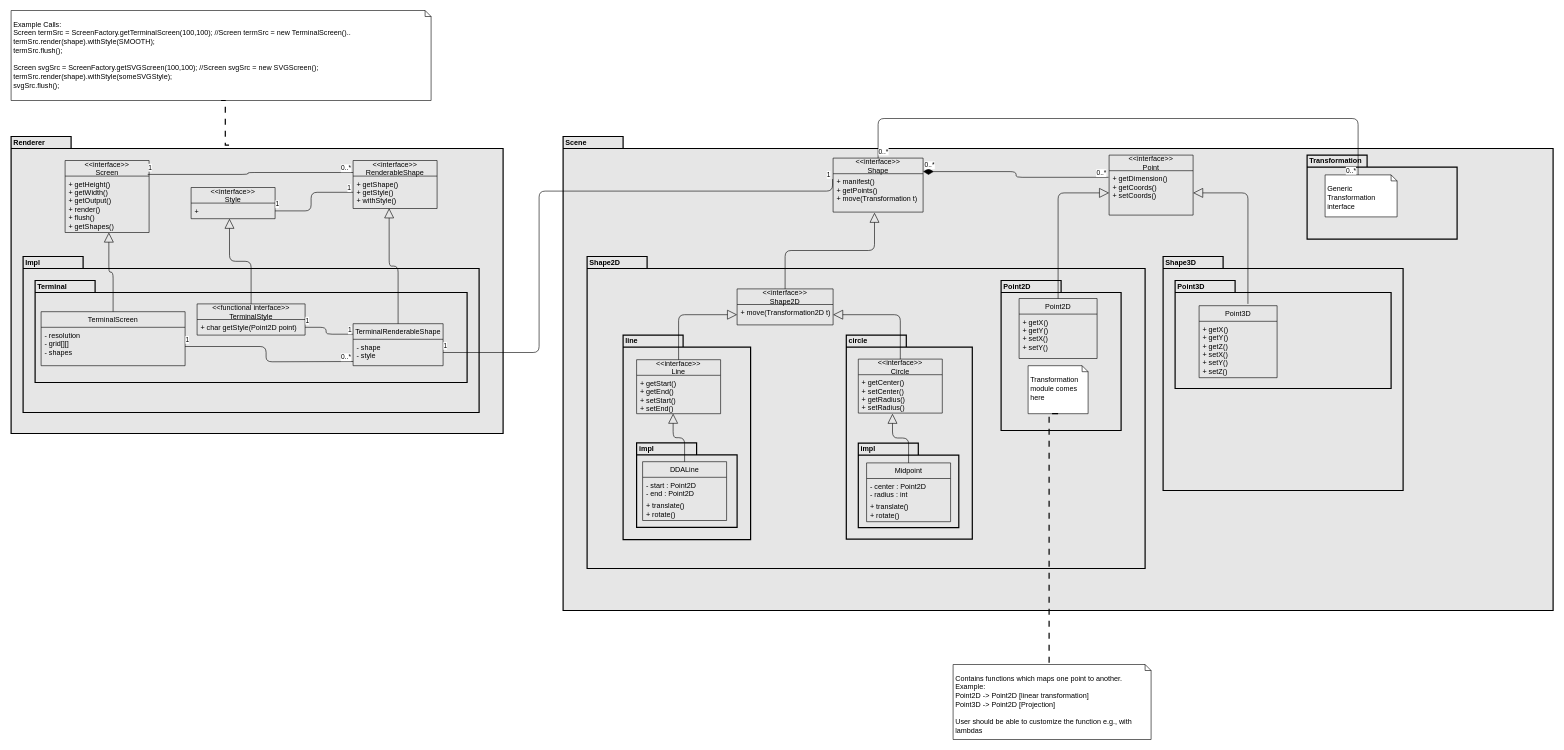
Before: page "Screen Incorporated Class" (2 of 2) of architecture/class/class.drawio in SuvabrataChowdhury/TGraph, a draw.io diagram. Source tidied: cells renumbered, new cells numbered last; positions are measured from the earlier drawing's top-left corner, leaving out a move shared by most shapes. Both pictures are drawn from the tidied source at 60%, with x=0, y=0 at pixel (11, 10).
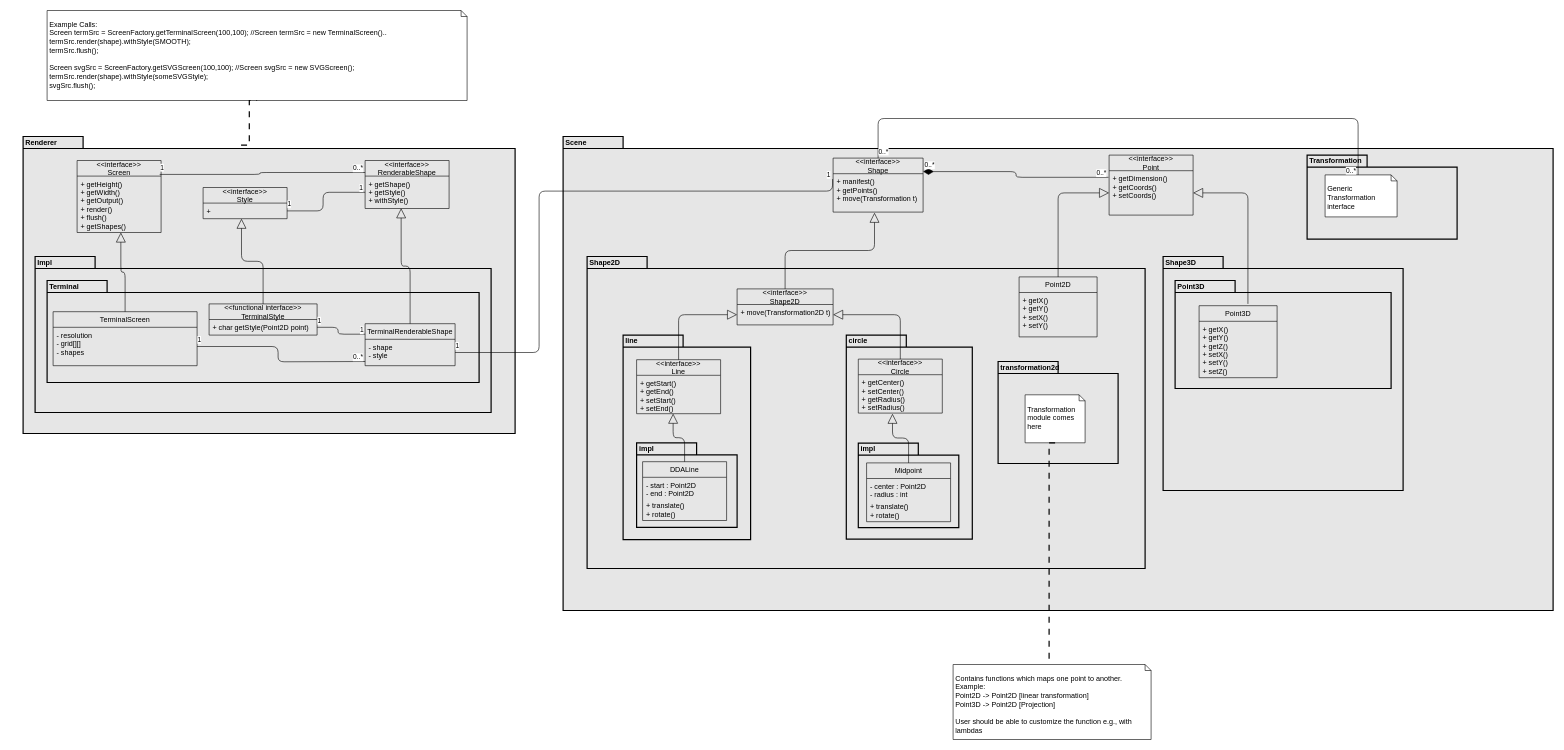
The same page after the edit.

The change refers to these unchanged cells:
```xml
<mxCell id="33" value="Shape2D" style="shape=folder;fontStyle=1;align=left;spacingLeft=2;boundedLbl=1;labelInHeader=1;tabWidth=100;tabHeight=20;tabPosition=left;html=1;fontSize=12;fillColor=#E6E6E6;strokeWidth=2;" parent="32" vertex="1">
  <mxGeometry x="40" y="200" width="930" height="520" as="geometry" />
</mxCell>
```

Change to the diagram source:
```diff
@@
     <mxCell id="2" value="Renderer" style="shape=folder;fontStyle=1;align=left;spacingLeft=2;boundedLbl=1;labelInHeader=1;tabWidth=100;tabHeight=20;tabPosition=left;html=1;fontSize=12;fillColor=#E6E6E6;strokeWidth=2;" parent="1" vertex="1">
-      <mxGeometry y="210" width="820" height="495" as="geometry" />
+      <mxGeometry x="20" y="210" width="820" height="495" as="geometry" />
     </mxCell>
@@
-    <mxCell id="54" value="Point2D" style="shape=folder;fontStyle=1;align=left;spacingLeft=2;boundedLbl=1;labelInHeader=1;tabWidth=100;tabHeight=20;tabPosition=left;html=1;fontSize=12;fillColor=#E6E6E6;strokeWidth=2;" parent="33" vertex="1">
-      <mxGeometry x="690" y="40" width="200" height="250" as="geometry" />
+    <mxCell id="54" value="transformation2d" style="shape=folder;fontStyle=1;align=left;spacingLeft=2;boundedLbl=1;labelInHeader=1;tabWidth=100;tabHeight=20;tabPosition=left;html=1;fontSize=12;fillColor=#E6E6E6;strokeWidth=2;" parent="33" vertex="1">
+      <mxGeometry x="685" y="175" width="200" height="170" as="geometry" />
     </mxCell>
+    <mxCell id="57" value="Transformation module comes here" style="shape=note2;boundedLbl=1;whiteSpace=wrap;html=1;size=10;spacingLeft=2;verticalAlign=top;align=left;fillColor=#FFFFFF;" parent="54" vertex="1">
+      <mxGeometry x="45" y="55.5" width="100" height="80" as="geometry" />
+    </mxCell>
-    <mxCell id="55" value="Point2D" style="swimlane;fontStyle=0;horizontal=1;startSize=26;fillColor=none;" parent="54" vertex="1">
-      <mxGeometry x="30" y="30" width="130" height="100" as="geometry" />
+    <mxCell id="55" value="Point2D" style="swimlane;fontStyle=0;horizontal=1;startSize=26;fillColor=none;" parent="33" vertex="1">
+      <mxGeometry x="720" y="34" width="130" height="100" as="geometry" />
     </mxCell>
@@
-    <mxCell id="57" value="Transformation module comes here" style="shape=note2;boundedLbl=1;whiteSpace=wrap;html=1;size=10;spacingLeft=2;verticalAlign=top;align=left;fillColor=#FFFFFF;" parent="54" vertex="1">
-      <mxGeometry x="45" y="142" width="100" height="80" as="geometry" />
-    </mxCell>
@@
     <mxCell id="81" value="Example Calls:&lt;div&gt;Screen termSrc = ScreenFactory.getTerminalScreen(100,100); //Screen termSrc = new TerminalScreen()..&lt;/div&gt;&lt;div&gt;termSrc.render(shape).withStyle(SMOOTH);&lt;/div&gt;&lt;div&gt;termSrc.flush();&lt;/div&gt;&lt;div&gt;&lt;br&gt;&lt;/div&gt;&lt;div&gt;Screen svgSrc = ScreenFactory.getSVGScreen(100,100); //Screen svgSrc = new SVGScreen();&lt;/div&gt;&lt;div&gt;termSrc.render(shape).withStyle(someSVGStyle);&lt;/div&gt;&lt;div&gt;svgSrc.flush();&lt;/div&gt;" style="shape=note2;boundedLbl=1;whiteSpace=wrap;html=1;size=10;spacingLeft=2;verticalAlign=top;align=left;fillColor=#FFFFFF;" parent="1" vertex="1">
-      <mxGeometry width="700" height="150" as="geometry" />
+      <mxGeometry x="60" width="700" height="150" as="geometry" />
     </mxCell>
```
